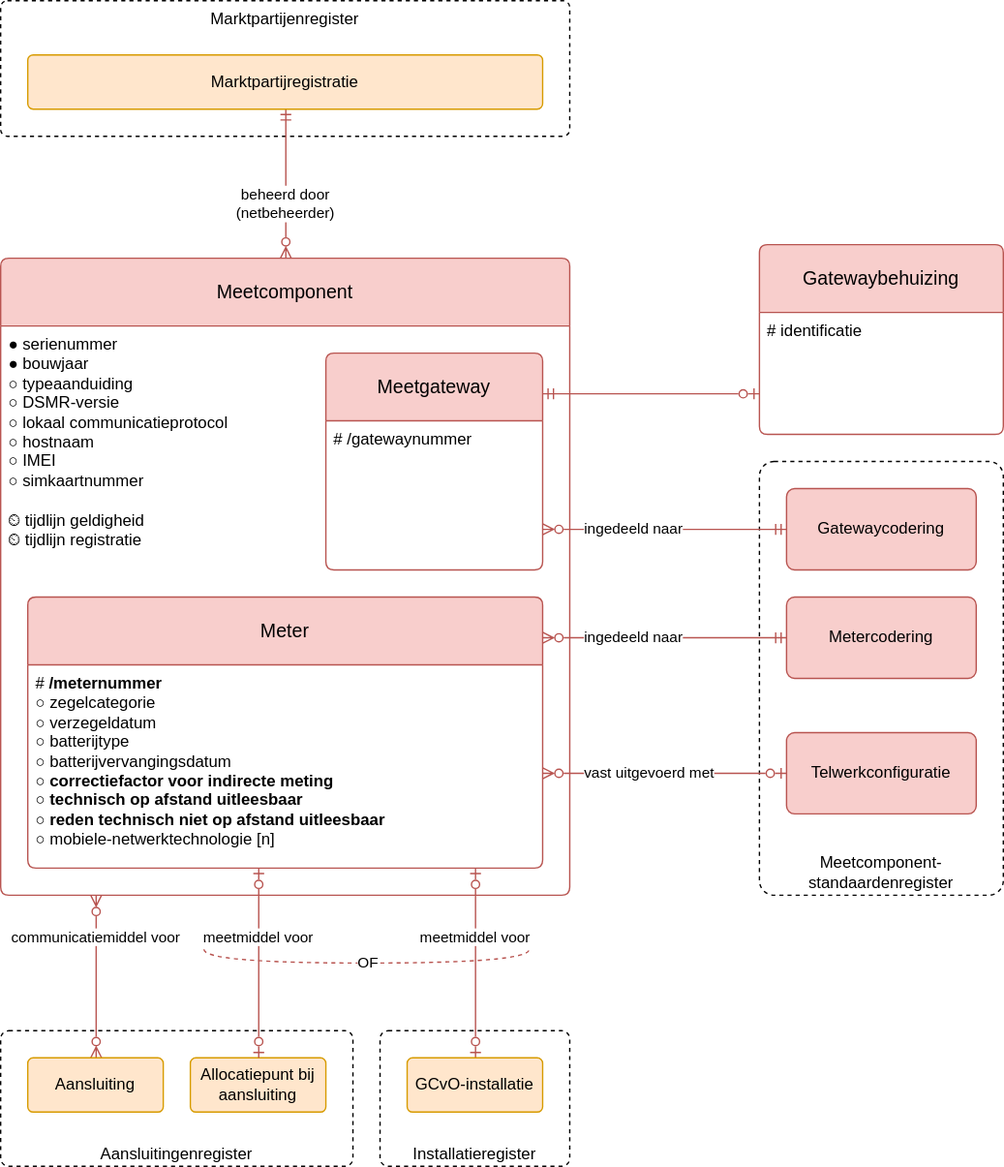
This is modellen/registers/meetcomponentenregister/1.0.0/model.drawio.svg from sefanja/nbnl-conceptuele-informatiemodellen, a draw.io export, as it was before one commit. Source tidied: cells renumbered, new cells last; positions are measured from the earlier drawing's top-left corner, leaving out a move shared by most shapes.
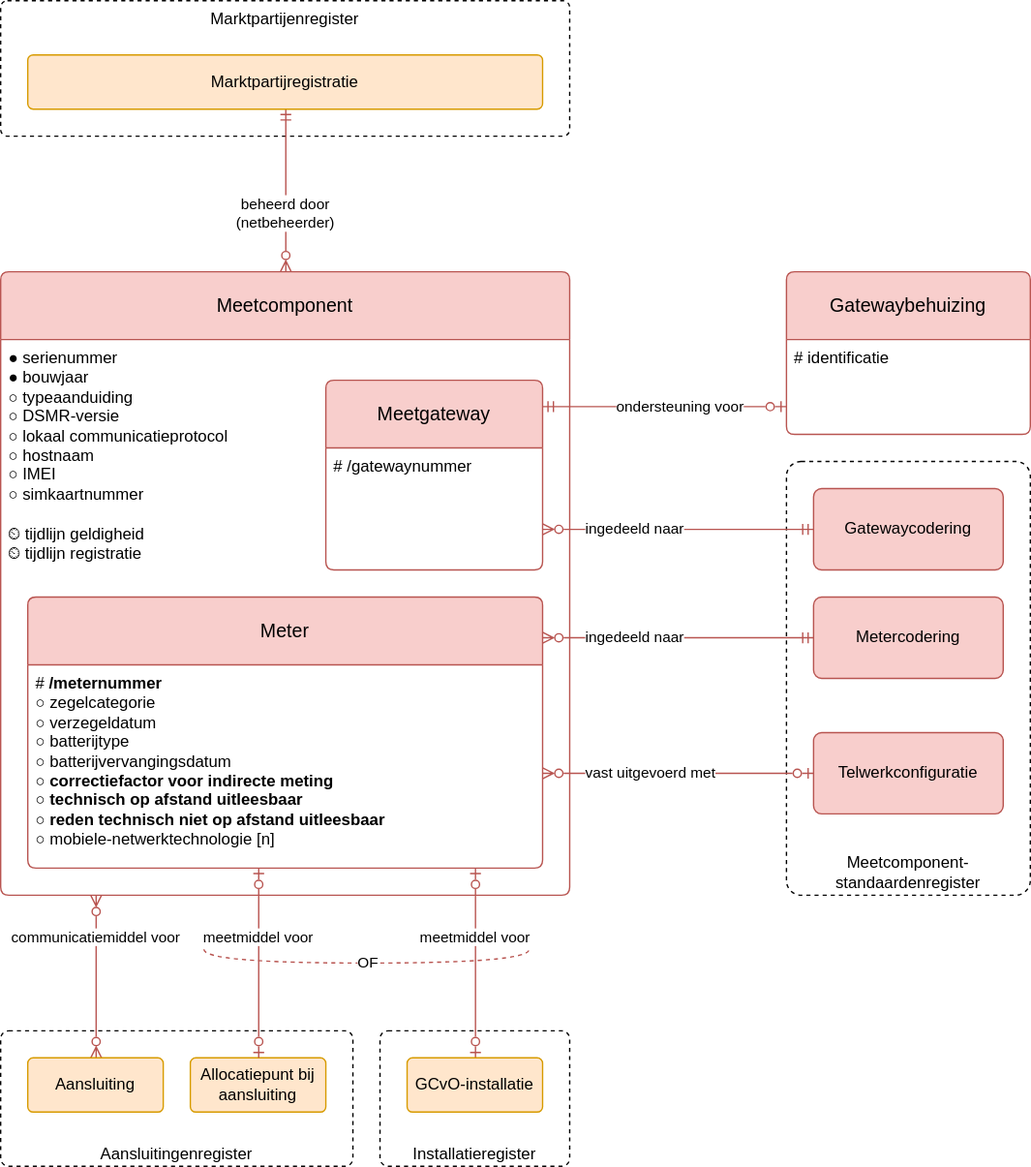
Above is the later version.

Diff of the diagram source:
```diff
@@ -3,22 +3,28 @@
     <mxCell id="0" />
     <mxCell id="1" parent="0" />
     <mxCell id="2" value="Meetcomponent-standaardenregister" style="rounded=1;whiteSpace=wrap;html=1;dashed=1;verticalAlign=bottom;arcSize=6;" parent="1" vertex="1">
-      <mxGeometry x="560" y="340" width="180" height="320" as="geometry" />
+      <mxGeometry x="580" y="340" width="180" height="320" as="geometry" />
     </mxCell>
     <mxCell id="3" value="vast uitgevoerd&amp;nbsp;&lt;span style=&quot;background-color: light-dark(#ffffff, var(--ge-dark-color, #121212)); color: light-dark(rgb(0, 0, 0), rgb(255, 255, 255));&quot;&gt;met&lt;/span&gt;" style="endArrow=ERzeroToOne;html=1;rounded=0;startArrow=ERzeroToMany;startFill=0;endFill=0;edgeStyle=elbowEdgeStyle;align=left;fillColor=#f8cecc;strokeColor=#b85450;elbow=vertical;" parent="1" edge="1" source="9" target="26">
-      <mxGeometry x="-0.67" relative="1" as="geometry" />
+      <mxGeometry x="-0.7" relative="1" as="geometry">
+        <mxPoint x="1" as="offset" />
+      </mxGeometry>
     </mxCell>
     <mxCell id="4" value="ingedeeld naar" style="endArrow=ERmandOne;html=1;rounded=0;endFill=0;startArrow=ERzeroToMany;startFill=0;edgeStyle=elbowEdgeStyle;fillColor=#f8cecc;strokeColor=#b85450;align=left;elbow=vertical;" parent="1" edge="1" source="20" target="24">
-      <mxGeometry x="-0.67" relative="1" as="geometry" />
+      <mxGeometry x="-0.7" relative="1" as="geometry">
+        <mxPoint x="1" as="offset" />
+      </mxGeometry>
     </mxCell>
     <mxCell id="5" value="ingedeeld naar" style="edgeStyle=elbowEdgeStyle;fontSize=11;html=1;endArrow=ERmandOne;startArrow=ERzeroToMany;rounded=0;endFill=0;fontStyle=0;align=left;startFill=0;fillColor=#f8cecc;strokeColor=#b85450;elbow=vertical;" parent="1" edge="1" source="9" target="25">
-      <mxGeometry x="-0.67" relative="1" as="geometry" />
+      <mxGeometry x="-0.7" relative="1" as="geometry">
+        <mxPoint x="1" as="offset" />
+      </mxGeometry>
     </mxCell>
     <mxCell id="6" value="Meetcomponent" style="swimlane;horizontal=1;startSize=50;rounded=1;fontSize=14;fontStyle=0;strokeWidth=1;shadow=0;dashed=0;align=center;fillColor=#f8cecc;strokeColor=#b85450;arcSize=4;whiteSpace=wrap;html=1;" parent="1" vertex="1">
-      <mxGeometry y="190" width="420" height="470" as="geometry" />
+      <mxGeometry y="200" width="420" height="460" as="geometry" />
     </mxCell>
     <mxCell id="7" value="●&amp;nbsp;serienummer&lt;br&gt;●&amp;nbsp;bouwjaar&lt;br&gt;&lt;div&gt;&lt;/div&gt;&lt;div&gt;○ typeaanduiding&lt;span style=&quot;background-color: transparent; color: light-dark(rgb(0, 0, 0), rgb(255, 255, 255));&quot;&gt;&lt;/span&gt;&lt;/div&gt;&lt;div&gt;&lt;span style=&quot;background-color: transparent; color: light-dark(rgb(0, 0, 0), rgb(255, 255, 255));&quot;&gt;○ DSMR-versie&lt;/span&gt;&lt;/div&gt;&lt;div&gt;&lt;span style=&quot;background-color: transparent; color: light-dark(rgb(0, 0, 0), rgb(255, 255, 255));&quot;&gt;○&amp;nbsp;&lt;/span&gt;&lt;span style=&quot;background-color: transparent; color: light-dark(rgb(0, 0, 0), rgb(255, 255, 255));&quot;&gt;lokaal communicatieprotocol&lt;/span&gt;&lt;/div&gt;&lt;div&gt;&lt;span style=&quot;background-color: transparent; color: light-dark(rgb(0, 0, 0), rgb(255, 255, 255));&quot;&gt;○ hostnaam&lt;/span&gt;&lt;/div&gt;&lt;div&gt;&lt;span style=&quot;background-color: transparent; color: light-dark(rgb(0, 0, 0), rgb(255, 255, 255));&quot;&gt;○ IMEI&lt;/span&gt;&lt;/div&gt;&lt;div&gt;&lt;div&gt;&lt;span style=&quot;background-color: transparent; color: light-dark(rgb(0, 0, 0), rgb(255, 255, 255));&quot;&gt;○&amp;nbsp;simkaartnummer&lt;/span&gt;&lt;/div&gt;&lt;/div&gt;&lt;div&gt;&lt;span style=&quot;background-color: transparent; color: light-dark(rgb(0, 0, 0), rgb(255, 255, 255));&quot;&gt;&lt;br&gt;&lt;/span&gt;&lt;/div&gt;&lt;div&gt;&lt;span style=&quot;background-color: transparent;&quot;&gt;⏲ tijdlijn geldigheid&lt;/span&gt;&lt;/div&gt;&lt;div&gt;⏲ tijdlijn registratie&lt;span style=&quot;background-color: transparent;&quot;&gt;&lt;/span&gt;&lt;/div&gt;" style="align=left;strokeColor=none;fillColor=none;spacingLeft=4;fontSize=12;verticalAlign=top;fontStyle=0;html=1;" parent="6" vertex="1">
-      <mxGeometry y="50" width="420" height="420" as="geometry" />
+      <mxGeometry y="50" width="420" height="410" as="geometry" />
     </mxCell>
     <mxCell id="8" value="Aansluitingenregister" style="rounded=1;whiteSpace=wrap;html=1;dashed=1;verticalAlign=bottom;arcSize=6;" parent="1" vertex="1">
       <mxGeometry y="760" width="260" height="100" as="geometry" />
@@ -64,10 +70,10 @@
       </mxGeometry>
     </mxCell>
     <mxCell id="20" value="&lt;div&gt;Meetgateway&lt;/div&gt;" style="swimlane;horizontal=1;startSize=50;rounded=1;fontSize=14;fontStyle=0;strokeWidth=1;shadow=0;dashed=0;align=center;fillColor=#f8cecc;strokeColor=#b85450;arcSize=4;whiteSpace=wrap;html=1;" parent="1" vertex="1">
-      <mxGeometry x="240" y="260" width="160" height="160" as="geometry" />
+      <mxGeometry x="240" y="280" width="160" height="140" as="geometry" />
     </mxCell>
     <mxCell id="21" value="# /gatewaynummer" style="align=left;strokeColor=none;fillColor=none;spacingLeft=4;fontSize=12;verticalAlign=top;fontStyle=0;html=1;" parent="20" vertex="1">
-      <mxGeometry y="50" width="160" height="110" as="geometry" />
+      <mxGeometry y="50" width="160" height="90" as="geometry" />
     </mxCell>
     <mxCell id="22" value="communicatiemiddel voor" style="edgeStyle=elbowEdgeStyle;fontSize=11;html=1;endArrow=ERzeroToMany;startArrow=ERzeroToMany;rounded=0;startFill=0;align=center;endFill=0;jumpStyle=none;fontStyle=0;fillColor=#f8cecc;strokeColor=#b85450;" parent="1" edge="1" source="6" target="23">
       <mxGeometry x="-0.5" relative="1" as="geometry" />
@@ -76,22 +82,24 @@
       <mxGeometry x="20" y="780" width="100" height="40" as="geometry" />
     </mxCell>
     <mxCell id="24" value="Gatewaycodering" style="rounded=1;arcSize=10;whiteSpace=wrap;html=1;align=center;fillColor=#f8cecc;verticalAlign=middle;strokeColor=#b85450;" parent="1" vertex="1">
-      <mxGeometry x="580" y="360" width="140" height="60" as="geometry" />
+      <mxGeometry x="600" y="360" width="140" height="60" as="geometry" />
     </mxCell>
     <mxCell id="25" value="Metercodering" style="rounded=1;arcSize=10;whiteSpace=wrap;html=1;align=center;fillColor=#f8cecc;verticalAlign=middle;strokeColor=#b85450;" parent="1" vertex="1">
-      <mxGeometry x="580" y="440" width="140" height="60" as="geometry" />
+      <mxGeometry x="600" y="440" width="140" height="60" as="geometry" />
     </mxCell>
     <mxCell id="26" value="Telwerkconfiguratie" style="rounded=1;arcSize=10;whiteSpace=wrap;html=1;align=center;fillColor=#f8cecc;verticalAlign=middle;strokeColor=#b85450;" parent="1" vertex="1">
-      <mxGeometry x="580" y="540" width="140" height="60" as="geometry" />
+      <mxGeometry x="600" y="540" width="140" height="60" as="geometry" />
     </mxCell>
     <mxCell id="27" value="&lt;div&gt;Gatewaybehuizing&lt;/div&gt;" style="swimlane;horizontal=1;startSize=50;rounded=1;fontSize=14;fontStyle=0;strokeWidth=1;shadow=0;dashed=0;align=center;fillColor=#f8cecc;strokeColor=#b85450;arcSize=4;whiteSpace=wrap;html=1;" parent="1" vertex="1">
-      <mxGeometry x="560" y="180" width="180" height="140" as="geometry" />
+      <mxGeometry x="580" y="200" width="180" height="120" as="geometry" />
     </mxCell>
     <mxCell id="28" value="# identificatie" style="align=left;strokeColor=none;fillColor=none;spacingLeft=4;fontSize=12;verticalAlign=top;fontStyle=0;html=1;" parent="27" vertex="1">
-      <mxGeometry y="50" width="180" height="90" as="geometry" />
+      <mxGeometry y="50" width="180" height="70" as="geometry" />
     </mxCell>
-    <mxCell id="29" style="endArrow=ERmandOne;html=1;rounded=0;endFill=0;startArrow=ERzeroToOne;startFill=0;fillColor=#f8cecc;strokeColor=#b85450;edgeStyle=elbowEdgeStyle;elbow=vertical;align=right;" parent="1" edge="1" source="27" target="20">
-      <mxGeometry relative="1" as="geometry" />
+    <mxCell id="29" value="ondersteuning voor" style="endArrow=ERmandOne;html=1;rounded=0;endFill=0;startArrow=ERzeroToOne;startFill=0;fillColor=#f8cecc;strokeColor=#b85450;edgeStyle=elbowEdgeStyle;elbow=vertical;align=right;" parent="1" edge="1" source="27" target="20">
+      <mxGeometry x="-0.67" relative="1" as="geometry">
+        <mxPoint x="-1" as="offset" />
+      </mxGeometry>
     </mxCell>
   </root>
 </mxGraphModel>
```
